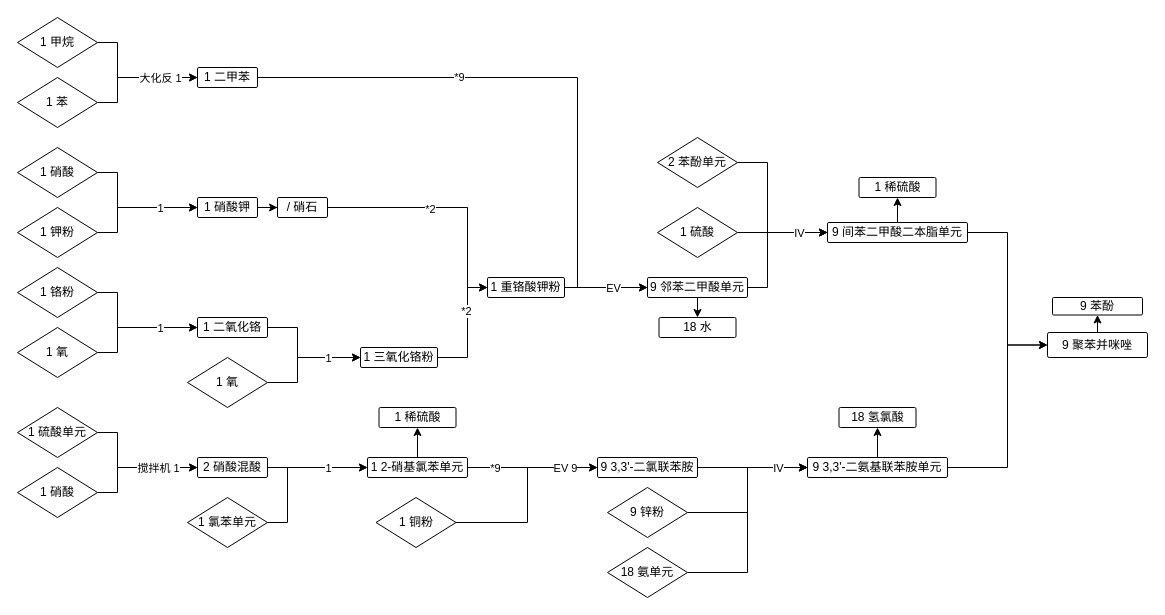
Earlier version of the draw.io diagram 聚苯并咪唑.drawio (ShirasawaSama/GTNH). Source tidied: cells renumbered, new cells numbered last; positions are measured from the earlier drawing's top-left corner, leaving out a move shared by most shapes. Both pictures are drawn from the tidied source at 100%, with x=0, y=0 at pixel (17, 17).
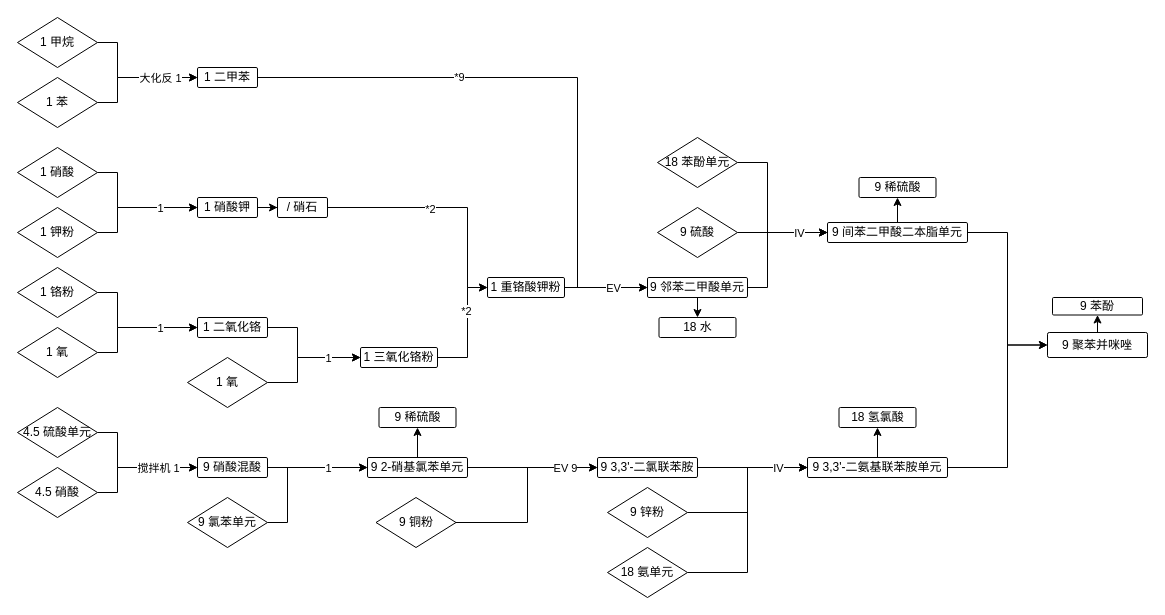
The same diagram, later.

Commit message:
更新聚苯并咪唑.drawio

Unchanged cells that the change refers to:
```xml
<mxCell id="57" style="edgeStyle=orthogonalEdgeStyle;rounded=0;jettySize=auto;html=1;entryX=0;entryY=0.5;entryDx=0;entryDy=0;" parent="1" edge="1" source="59" target="65">
  <mxGeometry relative="1" as="geometry" />
</mxCell>
```

Diff of the diagram source:
```diff
@@
-    <mxCell id="41" value="1 硫酸" style="rhombus;whiteSpace=wrap;html=1;" parent="1" vertex="1">
+    <mxCell id="41" value="9 硫酸" style="rhombus;whiteSpace=wrap;html=1;" parent="1" vertex="1">
       <mxGeometry x="640" y="190" width="80" height="50" as="geometry" />
     </mxCell>
@@
-    <mxCell id="44" value="2 苯酚单元" style="rhombus;whiteSpace=wrap;html=1;" parent="1" vertex="1">
+    <mxCell id="44" value="18 苯酚单元" style="rhombus;whiteSpace=wrap;html=1;" parent="1" vertex="1">
       <mxGeometry x="640" y="120" width="80" height="50" as="geometry" />
     </mxCell>
@@
-    <mxCell id="48" value="1 稀硫酸" style="rounded=1;whiteSpace=wrap;html=1;arcSize=7;" parent="1" vertex="1">
+    <mxCell id="48" value="9 稀硫酸" style="rounded=1;whiteSpace=wrap;html=1;arcSize=7;" parent="1" vertex="1">
       <mxGeometry x="841.5" y="160" width="77" height="20" as="geometry" />
     </mxCell>
@@
-    <mxCell id="50" value="1 硫酸单元" style="rhombus;whiteSpace=wrap;html=1;" parent="1" vertex="1">
+    <mxCell id="50" value="4.5 硫酸单元" style="rhombus;whiteSpace=wrap;html=1;" parent="1" vertex="1">
       <mxGeometry y="390" width="80" height="50" as="geometry" />
     </mxCell>
@@
-    <mxCell id="53" value="1 硝酸" style="rhombus;whiteSpace=wrap;html=1;" parent="1" vertex="1">
+    <mxCell id="53" value="4.5&amp;nbsp;硝酸" style="rhombus;whiteSpace=wrap;html=1;" parent="1" vertex="1">
       <mxGeometry y="450" width="80" height="50" as="geometry" />
     </mxCell>
@@
-    <mxCell id="55" value="2 硝酸混酸" style="rounded=1;whiteSpace=wrap;html=1;arcSize=7;" parent="1" vertex="1">
+    <mxCell id="55" value="9 硝酸混酸" style="rounded=1;whiteSpace=wrap;html=1;arcSize=7;" parent="1" vertex="1">
       <mxGeometry x="180" y="440" width="70" height="20" as="geometry" />
     </mxCell>
@@
-    <mxCell id="58" value="*9" style="edgeLabel;html=1;align=center;verticalAlign=middle;" parent="57" vertex="1">
-      <mxGeometry x="-0.31" y="1" relative="1" as="geometry">
-        <mxPoint x="-18" y="1" as="offset" />
-      </mxGeometry>
-    </mxCell>
-    <mxCell id="59" value="1 2-硝基氯苯单元" style="rounded=1;whiteSpace=wrap;html=1;arcSize=7;" parent="1" vertex="1">
+    <mxCell id="59" value="9 2-硝基氯苯单元" style="rounded=1;whiteSpace=wrap;html=1;arcSize=7;" parent="1" vertex="1">
       <mxGeometry x="350" y="440" width="100" height="20" as="geometry" />
     </mxCell>
@@
-    <mxCell id="62" value="1 氯苯单元" style="rhombus;whiteSpace=wrap;html=1;" parent="1" vertex="1">
+    <mxCell id="62" value="9 氯苯单元" style="rhombus;whiteSpace=wrap;html=1;" parent="1" vertex="1">
       <mxGeometry x="170" y="480" width="80" height="50" as="geometry" />
     </mxCell>
-    <mxCell id="63" value="1 稀硫酸" style="rounded=1;whiteSpace=wrap;html=1;arcSize=7;" parent="1" vertex="1">
+    <mxCell id="63" value="9 稀硫酸" style="rounded=1;whiteSpace=wrap;html=1;arcSize=7;" parent="1" vertex="1">
       <mxGeometry x="361.5" y="390" width="77" height="20" as="geometry" />
     </mxCell>
@@
-    <mxCell id="68" value="1 铜粉" style="rhombus;whiteSpace=wrap;html=1;" parent="1" vertex="1">
+    <mxCell id="68" value="9 铜粉" style="rhombus;whiteSpace=wrap;html=1;" parent="1" vertex="1">
       <mxGeometry x="358.5" y="480" width="80" height="50" as="geometry" />
     </mxCell>
```
